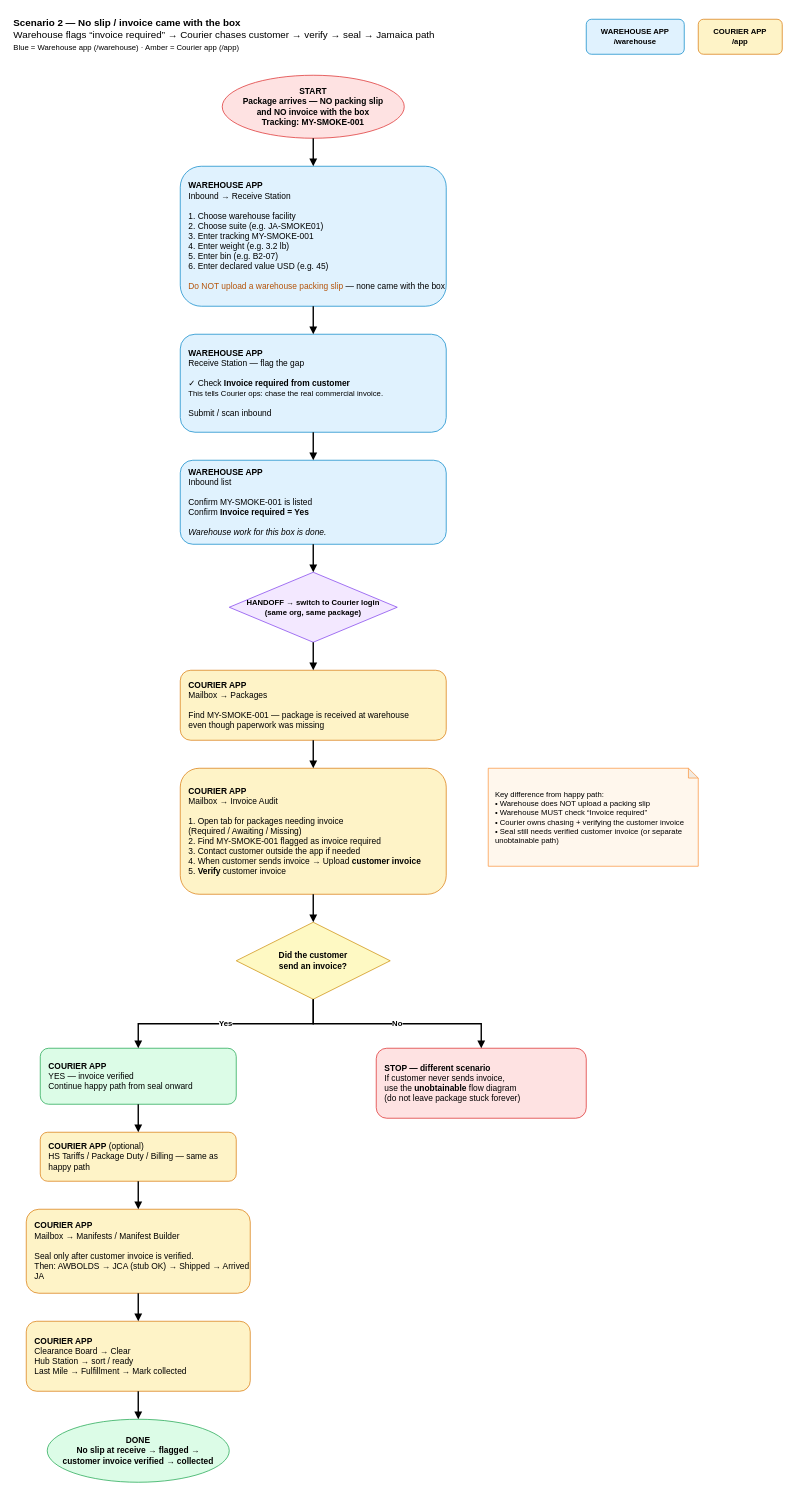
Earlier version of the draw.io diagram docs/diagrams/package-flow/02-no-slip-invoice-required.drawio (DeekiiiiiiiT/Goride). Source tidied: cells renumbered, new cells numbered last; positions are measured from the earlier drawing's top-left corner, leaving out a move shared by most shapes. Both pictures are drawn from the tidied source at 70%, with x=0, y=0 at pixel (12, 12).
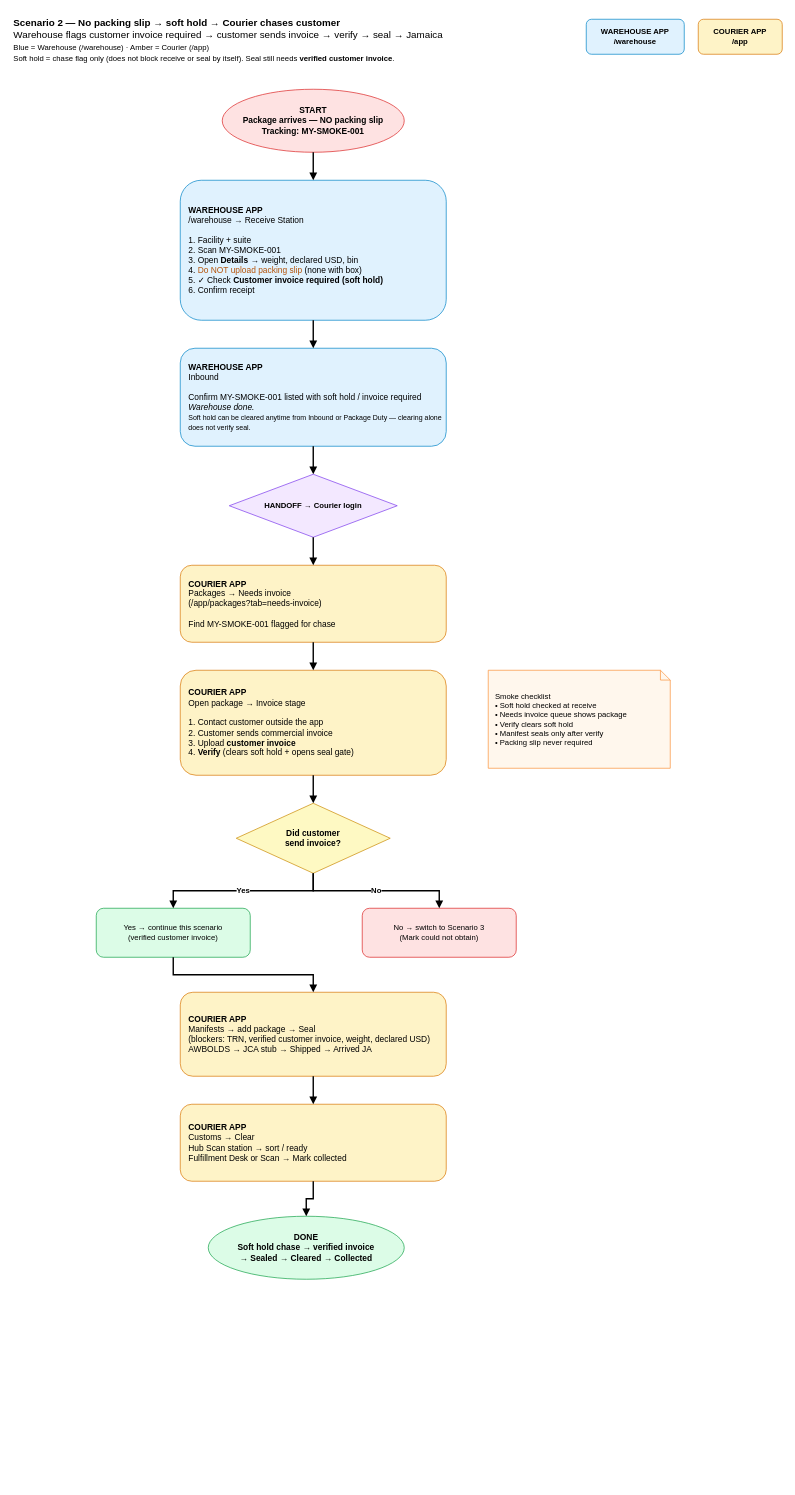
After the change.

The edit, as a diff of the source:
```diff
@@
-    <mxCell id="2" value="&lt;b&gt;Scenario 2 — No slip / invoice came with the box&lt;/b&gt;&lt;br&gt;Warehouse flags “invoice required” → Courier chases customer → verify → seal → Jamaica path&lt;br&gt;&lt;font style=&quot;font-size:11px&quot;&gt;Blue = Warehouse app (/warehouse) · Amber = Courier app (/app)&lt;/font&gt;" style="text;html=1;strokeColor=none;fillColor=none;align=left;verticalAlign=top;whiteSpace=wrap;rounded=0;fontSize=14;" parent="1" vertex="1">
-      <mxGeometry width="780" height="70" as="geometry" />
+    <mxCell id="2" value="&lt;b&gt;Scenario 2 — No packing slip → soft hold → Courier chases customer&lt;/b&gt;&lt;br&gt;Warehouse flags customer invoice required → customer sends invoice → verify → seal → Jamaica&lt;br&gt;&lt;font style=&quot;font-size:11px&quot;&gt;Blue = Warehouse (/warehouse) · Amber = Courier (/app)&lt;br&gt;Soft hold = chase flag only (does not block receive or seal by itself). Seal still needs &lt;b&gt;verified customer invoice&lt;/b&gt;.&lt;/font&gt;" style="text;html=1;strokeColor=none;fillColor=none;align=left;verticalAlign=top;whiteSpace=wrap;rounded=0;fontSize=14;" parent="1" vertex="1">
+      <mxGeometry width="800" height="85" as="geometry" />
     </mxCell>
@@
-    <mxCell id="5" value="START&#10;Package arrives — NO packing slip&#10;and NO invoice with the box&#10;Tracking: MY-SMOKE-001" style="ellipse;whiteSpace=wrap;html=1;fillColor=#FEE2E2;strokeColor=#DC2626;fontStyle=1;" parent="1" vertex="1">
-      <mxGeometry x="300" y="90" width="260" height="90" as="geometry" />
+    <mxCell id="5" value="START&#10;Package arrives — NO packing slip&#10;Tracking: MY-SMOKE-001" style="ellipse;whiteSpace=wrap;html=1;fillColor=#FEE2E2;strokeColor=#DC2626;fontStyle=1;" parent="1" vertex="1">
+      <mxGeometry x="300" y="110" width="260" height="90" as="geometry" />
     </mxCell>
-    <mxCell id="6" value="&lt;b&gt;WAREHOUSE APP&lt;/b&gt;&lt;br&gt;Inbound → Receive Station&lt;br&gt;&lt;br&gt;1. Choose warehouse facility&lt;br&gt;2. Choose suite (e.g. JA-SMOKE01)&lt;br&gt;3. Enter tracking MY-SMOKE-001&lt;br&gt;4. Enter weight (e.g. 3.2 lb)&lt;br&gt;5. Enter bin (e.g. B2-07)&lt;br&gt;6. Enter declared value USD (e.g. 45)&lt;br&gt;&lt;br&gt;&lt;font color=&quot;#B45309&quot;&gt;Do NOT upload a warehouse packing slip&lt;/font&gt; — none came with the box" style="rounded=1;whiteSpace=wrap;html=1;align=left;spacingLeft=10;fillColor=#E0F2FE;strokeColor=#0284C7;fontSize=12;" parent="1" vertex="1">
-      <mxGeometry x="240" y="220" width="380" height="200" as="geometry" />
+    <mxCell id="6" value="&lt;b&gt;WAREHOUSE APP&lt;/b&gt;&lt;br&gt;/warehouse → Receive Station&lt;br&gt;&lt;br&gt;1. Facility + suite&lt;br&gt;2. Scan MY-SMOKE-001&lt;br&gt;3. Open &lt;b&gt;Details&lt;/b&gt; → weight, declared USD, bin&lt;br&gt;4. &lt;font color=&quot;#B45309&quot;&gt;Do NOT upload packing slip&lt;/font&gt; (none with box)&lt;br&gt;5. ✓ Check &lt;b&gt;Customer invoice required (soft hold)&lt;/b&gt;&lt;br&gt;6. Confirm receipt" style="rounded=1;whiteSpace=wrap;html=1;align=left;spacingLeft=10;fillColor=#E0F2FE;strokeColor=#0284C7;fontSize=12;" parent="1" vertex="1">
+      <mxGeometry x="240" y="240" width="380" height="200" as="geometry" />
     </mxCell>
-    <mxCell id="7" value="&lt;b&gt;WAREHOUSE APP&lt;/b&gt;&lt;br&gt;Receive Station — flag the gap&lt;br&gt;&lt;br&gt;✓ Check &lt;b&gt;Invoice required from customer&lt;/b&gt;&lt;br&gt;&lt;font style=&quot;font-size:11px&quot;&gt;This tells Courier ops: chase the real commercial invoice.&lt;/font&gt;&lt;br&gt;&lt;br&gt;Submit / scan inbound" style="rounded=1;whiteSpace=wrap;html=1;align=left;spacingLeft=10;fillColor=#E0F2FE;strokeColor=#0284C7;fontSize=12;" parent="1" vertex="1">
-      <mxGeometry x="240" y="460" width="380" height="140" as="geometry" />
+    <mxCell id="7" value="&lt;b&gt;WAREHOUSE APP&lt;/b&gt;&lt;br&gt;Inbound&lt;br&gt;&lt;br&gt;Confirm MY-SMOKE-001 listed with soft hold / invoice required&lt;br&gt;&lt;i&gt;Warehouse done.&lt;/i&gt;&lt;br&gt;&lt;font style=&quot;font-size:10px&quot;&gt;Soft hold can be cleared anytime from Inbound or Package Duty — clearing alone does not verify seal.&lt;/font&gt;" style="rounded=1;whiteSpace=wrap;html=1;align=left;spacingLeft=10;fillColor=#E0F2FE;strokeColor=#0284C7;fontSize=12;" parent="1" vertex="1">
+      <mxGeometry x="240" y="480" width="380" height="140" as="geometry" />
     </mxCell>
-    <mxCell id="8" value="&lt;b&gt;WAREHOUSE APP&lt;/b&gt;&lt;br&gt;Inbound list&lt;br&gt;&lt;br&gt;Confirm MY-SMOKE-001 is listed&lt;br&gt;Confirm &lt;b&gt;Invoice required = Yes&lt;/b&gt;&lt;br&gt;&lt;br&gt;&lt;i&gt;Warehouse work for this box is done.&lt;/i&gt;" style="rounded=1;whiteSpace=wrap;html=1;align=left;spacingLeft=10;fillColor=#E0F2FE;strokeColor=#0284C7;fontSize=12;" parent="1" vertex="1">
-      <mxGeometry x="240" y="640" width="380" height="120" as="geometry" />
-    </mxCell>
-    <mxCell id="9" value="HANDOFF → switch to Courier login&#10;(same org, same package)" style="rhombus;whiteSpace=wrap;html=1;fillColor=#F3E8FF;strokeColor=#7C3AED;fontStyle=1;fontSize=11;" parent="1" vertex="1">
-      <mxGeometry x="310" y="800" width="240" height="100" as="geometry" />
+    <mxCell id="9" value="HANDOFF → Courier login" style="rhombus;whiteSpace=wrap;html=1;fillColor=#F3E8FF;strokeColor=#7C3AED;fontStyle=1;fontSize=11;" parent="1" vertex="1">
+      <mxGeometry x="310" y="660" width="240" height="90" as="geometry" />
     </mxCell>
-    <mxCell id="10" value="&lt;b&gt;COURIER APP&lt;/b&gt;&lt;br&gt;Mailbox → Packages&lt;br&gt;&lt;br&gt;Find MY-SMOKE-001 — package is received at warehouse&#10;even though paperwork was missing" style="rounded=1;whiteSpace=wrap;html=1;align=left;spacingLeft=10;fillColor=#FEF3C7;strokeColor=#D97706;fontSize=12;" parent="1" vertex="1">
-      <mxGeometry x="240" y="940" width="380" height="100" as="geometry" />
+    <mxCell id="10" value="&lt;b&gt;COURIER APP&lt;/b&gt;&lt;br&gt;Packages → Needs invoice&lt;br&gt;(/app/packages?tab=needs-invoice)&lt;br&gt;&lt;br&gt;Find MY-SMOKE-001 flagged for chase" style="rounded=1;whiteSpace=wrap;html=1;align=left;spacingLeft=10;fillColor=#FEF3C7;strokeColor=#D97706;fontSize=12;" parent="1" vertex="1">
+      <mxGeometry x="240" y="790" width="380" height="110" as="geometry" />
     </mxCell>
-    <mxCell id="11" value="&lt;b&gt;COURIER APP&lt;/b&gt;&lt;br&gt;Mailbox → Invoice Audit&lt;br&gt;&lt;br&gt;1. Open tab for packages needing invoice&lt;br&gt;   (Required / Awaiting / Missing)&lt;br&gt;2. Find MY-SMOKE-001 flagged as invoice required&lt;br&gt;3. Contact customer outside the app if needed&lt;br&gt;4. When customer sends invoice → Upload &lt;b&gt;customer invoice&lt;/b&gt;&lt;br&gt;5. &lt;b&gt;Verify&lt;/b&gt; customer invoice" style="rounded=1;whiteSpace=wrap;html=1;align=left;spacingLeft=10;fillColor=#FEF3C7;strokeColor=#D97706;fontSize=12;" parent="1" vertex="1">
-      <mxGeometry x="240" y="1080" width="380" height="180" as="geometry" />
+    <mxCell id="11" value="&lt;b&gt;COURIER APP&lt;/b&gt;&lt;br&gt;Open package → Invoice stage&lt;br&gt;&lt;br&gt;1. Contact customer outside the app&lt;br&gt;2. Customer sends commercial invoice&lt;br&gt;3. Upload &lt;b&gt;customer invoice&lt;/b&gt;&lt;br&gt;4. &lt;b&gt;Verify&lt;/b&gt; (clears soft hold + opens seal gate)" style="rounded=1;whiteSpace=wrap;html=1;align=left;spacingLeft=10;fillColor=#FEF3C7;strokeColor=#D97706;fontSize=12;" parent="1" vertex="1">
+      <mxGeometry x="240" y="940" width="380" height="150" as="geometry" />
     </mxCell>
-    <mxCell id="12" value="Did the customer&#10;send an invoice?" style="rhombus;whiteSpace=wrap;html=1;fillColor=#FEF9C3;strokeColor=#CA8A04;fontStyle=1;fontSize=12;" parent="1" vertex="1">
-      <mxGeometry x="320" y="1300" width="220" height="110" as="geometry" />
+    <mxCell id="12" value="Did customer&#10;send invoice?" style="rhombus;whiteSpace=wrap;html=1;fillColor=#FEF9C3;strokeColor=#CA8A04;fontStyle=1;fontSize=12;" parent="1" vertex="1">
+      <mxGeometry x="320" y="1130" width="220" height="100" as="geometry" />
     </mxCell>
-    <mxCell id="13" value="&lt;b&gt;COURIER APP&lt;/b&gt;&lt;br&gt;YES — invoice verified&lt;br&gt;Continue happy path from seal onward" style="rounded=1;whiteSpace=wrap;html=1;align=left;spacingLeft=10;fillColor=#DCFCE7;strokeColor=#16A34A;fontSize=12;" parent="1" vertex="1">
-      <mxGeometry x="40" y="1480" width="280" height="80" as="geometry" />
-    </mxCell>
-    <mxCell id="14" value="&lt;b&gt;STOP — different scenario&lt;/b&gt;&lt;br&gt;If customer never sends invoice,&lt;br&gt;use the &lt;b&gt;unobtainable&lt;/b&gt; flow diagram&lt;br&gt;(do not leave package stuck forever)" style="rounded=1;whiteSpace=wrap;html=1;align=left;spacingLeft=10;fillColor=#FEE2E2;strokeColor=#DC2626;fontSize=12;" parent="1" vertex="1">
-      <mxGeometry x="520" y="1480" width="300" height="100" as="geometry" />
-    </mxCell>
+    <mxCell id="33" value="Yes → continue this scenario&#10;(verified customer invoice)" style="rounded=1;whiteSpace=wrap;html=1;fillColor=#DCFCE7;strokeColor=#16A34A;fontSize=11;" parent="1" vertex="1">
+      <mxGeometry x="120" y="1280" width="220" height="70" as="geometry" />
+    </mxCell>
+    <mxCell id="34" value="No → switch to Scenario 3&#10;(Mark could not obtain)" style="rounded=1;whiteSpace=wrap;html=1;fillColor=#FEE2E2;strokeColor=#DC2626;fontSize=11;" parent="1" vertex="1">
+      <mxGeometry x="500" y="1280" width="220" height="70" as="geometry" />
+    </mxCell>
-    <mxCell id="15" value="&lt;b&gt;COURIER APP&lt;/b&gt; (optional)&lt;br&gt;HS Tariffs / Package Duty / Billing — same as happy path" style="rounded=1;whiteSpace=wrap;html=1;align=left;spacingLeft=10;fillColor=#FEF3C7;strokeColor=#D97706;fontSize=12;" parent="1" vertex="1">
-      <mxGeometry x="40" y="1600" width="280" height="70" as="geometry" />
+    <mxCell id="15" value="&lt;b&gt;COURIER APP&lt;/b&gt;&lt;br&gt;Manifests → add package → Seal&#10;(blockers: TRN, verified customer invoice, weight, declared USD)&#10;AWBOLDS → JCA stub → Shipped → Arrived JA" style="rounded=1;whiteSpace=wrap;html=1;align=left;spacingLeft=10;fillColor=#FEF3C7;strokeColor=#D97706;fontSize=12;" parent="1" vertex="1">
+      <mxGeometry x="240" y="1400" width="380" height="120" as="geometry" />
     </mxCell>
-    <mxCell id="16" value="&lt;b&gt;COURIER APP&lt;/b&gt;&lt;br&gt;Mailbox → Manifests / Manifest Builder&lt;br&gt;&lt;br&gt;Seal only after customer invoice is verified.&lt;br&gt;Then: AWBOLDS → JCA (stub OK) → Shipped → Arrived JA" style="rounded=1;whiteSpace=wrap;html=1;align=left;spacingLeft=10;fillColor=#FEF3C7;strokeColor=#D97706;fontSize=12;" parent="1" vertex="1">
-      <mxGeometry x="20" y="1710" width="320" height="120" as="geometry" />
+    <mxCell id="16" value="&lt;b&gt;COURIER APP&lt;/b&gt;&lt;br&gt;Customs → Clear&#10;Hub Scan station → sort / ready&#10;Fulfillment Desk or Scan → Mark collected" style="rounded=1;whiteSpace=wrap;html=1;align=left;spacingLeft=10;fillColor=#FEF3C7;strokeColor=#D97706;fontSize=12;" parent="1" vertex="1">
+      <mxGeometry x="240" y="1560" width="380" height="110" as="geometry" />
     </mxCell>
-    <mxCell id="17" value="&lt;b&gt;COURIER APP&lt;/b&gt;&lt;br&gt;Clearance Board → Clear&lt;br&gt;Hub Station → sort / ready&lt;br&gt;Last Mile → Fulfillment → Mark collected" style="rounded=1;whiteSpace=wrap;html=1;align=left;spacingLeft=10;fillColor=#FEF3C7;strokeColor=#D97706;fontSize=12;" parent="1" vertex="1">
-      <mxGeometry x="20" y="1870" width="320" height="100" as="geometry" />
-    </mxCell>
-    <mxCell id="18" value="DONE&#10;No slip at receive → flagged →&#10;customer invoice verified → collected" style="ellipse;whiteSpace=wrap;html=1;fillColor=#DCFCE7;strokeColor=#16A34A;fontStyle=1;" parent="1" vertex="1">
-      <mxGeometry x="50" y="2010" width="260" height="90" as="geometry" />
+    <mxCell id="18" value="DONE&#10;Soft hold chase → verified invoice&#10;→ Sealed → Cleared → Collected" style="ellipse;whiteSpace=wrap;html=1;fillColor=#DCFCE7;strokeColor=#16A34A;fontStyle=1;" parent="1" vertex="1">
+      <mxGeometry x="280" y="1720" width="280" height="90" as="geometry" />
     </mxCell>
-    <mxCell id="19" value="Key difference from happy path:&#10;• Warehouse does NOT upload a packing slip&#10;• Warehouse MUST check “Invoice required”&#10;• Courier owns chasing + verifying the customer invoice&#10;• Seal still needs verified customer invoice (or separate unobtainable path)" style="shape=note;whiteSpace=wrap;html=1;backgroundOutline=1;darkOpacity=0.05;fillColor=#FFF7ED;strokeColor=#FB923C;align=left;spacingLeft=8;fontSize=11;size=14;" parent="1" vertex="1">
-      <mxGeometry x="680" y="1080" width="300" height="140" as="geometry" />
+    <mxCell id="19" value="Smoke checklist&#10;• Soft hold checked at receive&#10;• Needs invoice queue shows package&#10;• Verify clears soft hold&#10;• Manifest seals only after verify&#10;• Packing slip never required" style="shape=note;whiteSpace=wrap;html=1;fillColor=#FFF7ED;strokeColor=#FB923C;align=left;spacingLeft=8;fontSize=11;size=14;" parent="1" vertex="1">
+      <mxGeometry x="680" y="940" width="260" height="140" as="geometry" />
     </mxCell>
-    <mxCell id="20" style="edgeStyle=orthogonalEdgeStyle;rounded=0;jettySize=auto;html=1;endArrow=block;endFill=1;strokeWidth=2;" parent="1" edge="1" source="5" target="6">
+    <mxCell id="20" style="edgeStyle=orthogonalEdgeStyle;rounded=0;html=1;endArrow=block;endFill=1;strokeWidth=2;" parent="1" edge="1" source="5" target="6">
       <mxGeometry relative="1" as="geometry" />
     </mxCell>
-    <mxCell id="21" style="edgeStyle=orthogonalEdgeStyle;rounded=0;jettySize=auto;html=1;endArrow=block;endFill=1;strokeWidth=2;" parent="1" edge="1" source="6" target="7">
+    <mxCell id="21" style="edgeStyle=orthogonalEdgeStyle;rounded=0;html=1;endArrow=block;endFill=1;strokeWidth=2;" parent="1" edge="1" source="6" target="7">
       <mxGeometry relative="1" as="geometry" />
     </mxCell>
-    <mxCell id="22" style="edgeStyle=orthogonalEdgeStyle;rounded=0;jettySize=auto;html=1;endArrow=block;endFill=1;strokeWidth=2;" parent="1" edge="1" source="7" target="8">
+    <mxCell id="22" style="edgeStyle=orthogonalEdgeStyle;rounded=0;html=1;endArrow=block;endFill=1;strokeWidth=2;" parent="1" edge="1" source="7" target="9">
       <mxGeometry relative="1" as="geometry" />
     </mxCell>
-    <mxCell id="23" style="edgeStyle=orthogonalEdgeStyle;rounded=0;jettySize=auto;html=1;endArrow=block;endFill=1;strokeWidth=2;" parent="1" edge="1" source="8" target="9">
+    <mxCell id="23" style="edgeStyle=orthogonalEdgeStyle;rounded=0;html=1;endArrow=block;endFill=1;strokeWidth=2;" parent="1" edge="1" source="9" target="10">
       <mxGeometry relative="1" as="geometry" />
     </mxCell>
-    <mxCell id="24" style="edgeStyle=orthogonalEdgeStyle;rounded=0;jettySize=auto;html=1;endArrow=block;endFill=1;strokeWidth=2;" parent="1" edge="1" source="9" target="10">
+    <mxCell id="24" style="edgeStyle=orthogonalEdgeStyle;rounded=0;html=1;endArrow=block;endFill=1;strokeWidth=2;" parent="1" edge="1" source="10" target="11">
       <mxGeometry relative="1" as="geometry" />
     </mxCell>
-    <mxCell id="25" style="edgeStyle=orthogonalEdgeStyle;rounded=0;jettySize=auto;html=1;endArrow=block;endFill=1;strokeWidth=2;" parent="1" edge="1" source="10" target="11">
+    <mxCell id="25" style="edgeStyle=orthogonalEdgeStyle;rounded=0;html=1;endArrow=block;endFill=1;strokeWidth=2;" parent="1" edge="1" source="11" target="12">
       <mxGeometry relative="1" as="geometry" />
     </mxCell>
-    <mxCell id="26" style="edgeStyle=orthogonalEdgeStyle;rounded=0;jettySize=auto;html=1;endArrow=block;endFill=1;strokeWidth=2;" parent="1" edge="1" source="11" target="12">
+    <mxCell id="26" value="Yes" style="edgeStyle=orthogonalEdgeStyle;rounded=0;html=1;endArrow=block;endFill=1;strokeWidth=2;fontStyle=1;" parent="1" edge="1" source="12" target="33">
       <mxGeometry relative="1" as="geometry" />
     </mxCell>
-    <mxCell id="27" value="Yes" style="edgeStyle=orthogonalEdgeStyle;rounded=0;jettySize=auto;html=1;endArrow=block;endFill=1;strokeWidth=2;fontSize=11;fontStyle=1;" parent="1" edge="1" source="12" target="13">
+    <mxCell id="27" value="No" style="edgeStyle=orthogonalEdgeStyle;rounded=0;html=1;endArrow=block;endFill=1;strokeWidth=2;fontStyle=1;" parent="1" edge="1" source="12" target="34">
       <mxGeometry relative="1" as="geometry" />
     </mxCell>
-    <mxCell id="28" value="No" style="edgeStyle=orthogonalEdgeStyle;rounded=0;jettySize=auto;html=1;endArrow=block;endFill=1;strokeWidth=2;fontSize=11;fontStyle=1;" parent="1" edge="1" source="12" target="14">
+    <mxCell id="28" style="edgeStyle=orthogonalEdgeStyle;rounded=0;html=1;endArrow=block;endFill=1;strokeWidth=2;" parent="1" edge="1" source="33" target="15">
       <mxGeometry relative="1" as="geometry" />
     </mxCell>
-    <mxCell id="29" style="edgeStyle=orthogonalEdgeStyle;rounded=0;jettySize=auto;html=1;endArrow=block;endFill=1;strokeWidth=2;" parent="1" edge="1" source="13" target="15">
+    <mxCell id="29" style="edgeStyle=orthogonalEdgeStyle;rounded=0;html=1;endArrow=block;endFill=1;strokeWidth=2;" parent="1" edge="1" source="15" target="16">
       <mxGeometry relative="1" as="geometry" />
     </mxCell>
-    <mxCell id="30" style="edgeStyle=orthogonalEdgeStyle;rounded=0;jettySize=auto;html=1;endArrow=block;endFill=1;strokeWidth=2;" parent="1" edge="1" source="15" target="16">
+    <mxCell id="30" style="edgeStyle=orthogonalEdgeStyle;rounded=0;html=1;endArrow=block;endFill=1;strokeWidth=2;" parent="1" edge="1" source="16" target="18">
       <mxGeometry relative="1" as="geometry" />
     </mxCell>
-    <mxCell id="31" style="edgeStyle=orthogonalEdgeStyle;rounded=0;jettySize=auto;html=1;endArrow=block;endFill=1;strokeWidth=2;" parent="1" edge="1" source="16" target="17">
-      <mxGeometry relative="1" as="geometry" />
-    </mxCell>
-    <mxCell id="32" style="edgeStyle=orthogonalEdgeStyle;rounded=0;jettySize=auto;html=1;endArrow=block;endFill=1;strokeWidth=2;" parent="1" edge="1" source="17" target="18">
-      <mxGeometry relative="1" as="geometry" />
-    </mxCell>
```
